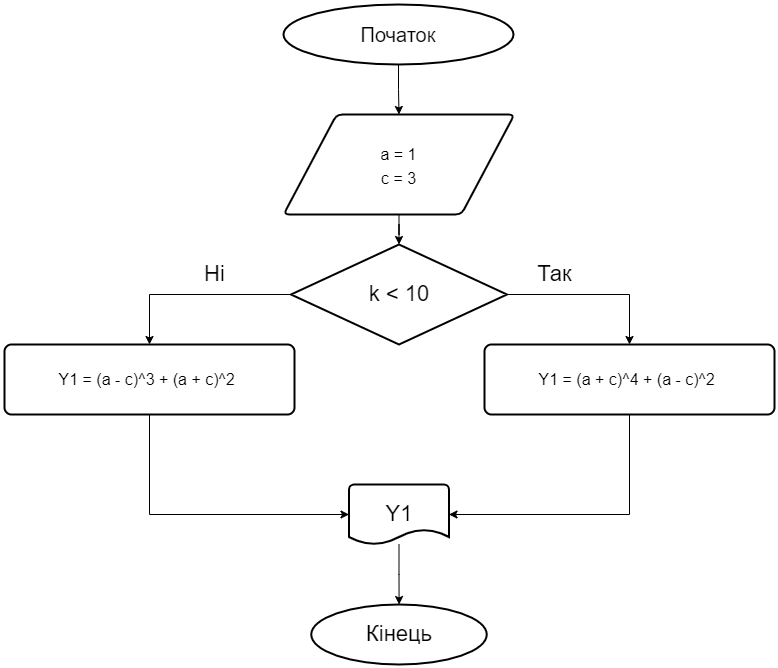
This is src/assets/lab1/schema2.png from Maxeemja/AMO, a draw.io export, as it was before one commit. Source tidied: cells renumbered, new cells last; positions are measured from the earlier drawing's top-left corner, leaving out a move shared by most shapes.
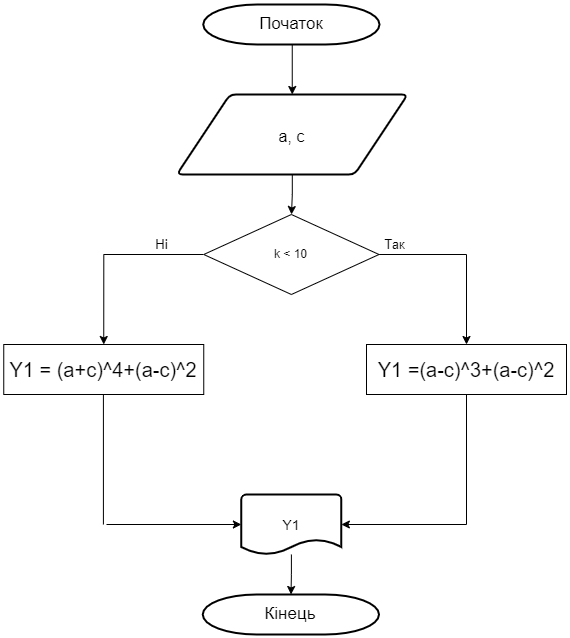
Later version of the same file.

What changed in the source:
```diff
@@ -2,53 +2,72 @@
   <root>
     <mxCell id="0" />
     <mxCell id="1" parent="0" />
-    <mxCell id="2" style="edgeStyle=orthogonalEdgeStyle;rounded=0;jettySize=auto;html=1;fontSize=16;" parent="1" edge="1" source="3" target="5">
-      <mxGeometry relative="1" as="geometry" />
+    <mxCell id="2" style="edgeStyle=orthogonalEdgeStyle;rounded=0;jettySize=auto;html=1;fontSize=16;" parent="1" edge="1" target="5">
+      <mxGeometry relative="1" as="geometry">
+        <mxPoint x="395.8" y="90" as="sourcePoint" />
+      </mxGeometry>
     </mxCell>
-    <mxCell id="3" value="&lt;font style=&quot;font-size: 20px&quot;&gt;Початок&lt;/font&gt;" style="strokeWidth=2;html=1;shape=mxgraph.flowchart.start_1;whiteSpace=wrap;" parent="1" vertex="1">
-      <mxGeometry x="279" width="230" height="60" as="geometry" />
-    </mxCell>
-    <mxCell id="4" style="edgeStyle=orthogonalEdgeStyle;rounded=0;jettySize=auto;html=1;fontSize=22;" parent="1" edge="1" source="5" target="13">
-      <mxGeometry relative="1" as="geometry" />
-    </mxCell>
+    <mxCell id="18" style="edgeStyle=orthogonalEdgeStyle;rounded=0;jettySize=auto;html=1;" parent="1" edge="1" source="5">
+      <mxGeometry relative="1" as="geometry">
+        <mxPoint x="395" y="260" as="targetPoint" />
+      </mxGeometry>
+    </mxCell>
-    <mxCell id="5" value="&lt;font style=&quot;font-size: 16px&quot;&gt;a = 1&lt;br&gt;c = 3&lt;br&gt;&lt;/font&gt;" style="shape=parallelogram;html=1;strokeWidth=2;perimeter=parallelogramPerimeter;whiteSpace=wrap;rounded=1;arcSize=12;size=0.23;fontSize=20;" parent="1" vertex="1">
-      <mxGeometry x="279" y="110" width="231" height="100" as="geometry" />
+    <mxCell id="5" value="&lt;font style=&quot;font-size: 16px&quot;&gt;a, c&lt;br&gt;&lt;/font&gt;" style="shape=parallelogram;html=1;strokeWidth=2;perimeter=parallelogramPerimeter;whiteSpace=wrap;rounded=1;arcSize=12;size=0.23;fontSize=20;" parent="1" vertex="1">
+      <mxGeometry x="280.2" y="140" width="231" height="80" as="geometry" />
     </mxCell>
-    <mxCell id="6" style="edgeStyle=orthogonalEdgeStyle;rounded=0;jettySize=auto;html=1;exitX=0.5;exitY=1;exitDx=0;exitDy=0;entryX=1;entryY=0.5;entryDx=0;entryDy=0;entryPerimeter=0;fontSize=22;" parent="1" edge="1" source="7" target="9">
-      <mxGeometry relative="1" as="geometry" />
-    </mxCell>
-    <mxCell id="7" value="Y1 = (a + c)^4 + (a - c)^2&amp;nbsp;" style="rounded=1;whiteSpace=wrap;html=1;absoluteArcSize=1;arcSize=14;strokeWidth=2;fontSize=16;" parent="1" vertex="1">
-      <mxGeometry x="480" y="340" width="290" height="70" as="geometry" />
-    </mxCell>
-    <mxCell id="8" style="edgeStyle=orthogonalEdgeStyle;rounded=0;jettySize=auto;html=1;fontSize=22;" parent="1" edge="1" source="9" target="10">
+    <mxCell id="8" style="edgeStyle=orthogonalEdgeStyle;rounded=0;jettySize=auto;html=1;fontSize=20;" parent="1" edge="1" source="9" target="10">
       <mxGeometry relative="1" as="geometry" />
     </mxCell>
-    <mxCell id="9" value="&lt;font style=&quot;font-size: 22px&quot;&gt;Y1&lt;/font&gt;" style="strokeWidth=2;html=1;shape=mxgraph.flowchart.document2;whiteSpace=wrap;size=0.25;fontSize=16;" parent="1" vertex="1">
-      <mxGeometry x="344.5" y="480" width="100" height="60" as="geometry" />
+    <mxCell id="9" value="&lt;span style=&quot;font-size: 14px&quot;&gt;Y1&lt;/span&gt;" style="strokeWidth=2;html=1;shape=mxgraph.flowchart.document2;whiteSpace=wrap;size=0.25;fontSize=16;" parent="1" vertex="1">
+      <mxGeometry x="344.9" y="540" width="100" height="60" as="geometry" />
     </mxCell>
+    <mxCell id="19" style="edgeStyle=orthogonalEdgeStyle;rounded=0;jettySize=auto;html=1;exitX=1;exitY=0.5;exitDx=0;exitDy=0;entryX=0.5;entryY=0;entryDx=0;entryDy=0;fontSize=20;" parent="1" edge="1" source="13" target="23">
+      <mxGeometry relative="1" as="geometry" />
+    </mxCell>
+    <mxCell id="20" style="edgeStyle=orthogonalEdgeStyle;rounded=0;jettySize=auto;html=1;exitX=0;exitY=0.5;exitDx=0;exitDy=0;entryX=0.5;entryY=0;entryDx=0;entryDy=0;fontSize=20;" parent="1" edge="1" source="13" target="21">
+      <mxGeometry relative="1" as="geometry" />
+    </mxCell>
+    <mxCell id="13" value="k &amp;lt; 10" style="rhombus;whiteSpace=wrap;html=1;" parent="1" vertex="1">
+      <mxGeometry x="307.2" y="260" width="175.2" height="80" as="geometry" />
+    </mxCell>
+    <mxCell id="17" value="Ні" style="text;html=1;align=center;verticalAlign=middle;strokeColor=none;fillColor=none;fontSize=13;" parent="1" vertex="1">
+      <mxGeometry x="250.2" y="280" width="30" height="20" as="geometry" />
+    </mxCell>
-    <mxCell id="10" value="Кінець" style="strokeWidth=2;html=1;shape=mxgraph.flowchart.start_1;whiteSpace=wrap;fontSize=22;" parent="1" vertex="1">
-      <mxGeometry x="306.8" y="600" width="175.5" height="60" as="geometry" />
+    <mxCell id="10" value="&lt;font style=&quot;font-size: 17px&quot;&gt;Кінець&lt;/font&gt;" style="strokeWidth=2;html=1;shape=mxgraph.flowchart.terminator;whiteSpace=wrap;" parent="1" vertex="1">
+      <mxGeometry x="306.2" y="640" width="176.2" height="40" as="geometry" />
     </mxCell>
-    <mxCell id="11" style="edgeStyle=orthogonalEdgeStyle;rounded=0;jettySize=auto;html=1;exitX=1;exitY=0.5;exitDx=0;exitDy=0;exitPerimeter=0;entryX=0.5;entryY=0;entryDx=0;entryDy=0;fontSize=22;" parent="1" edge="1" source="13" target="7">
-      <mxGeometry relative="1" as="geometry" />
-    </mxCell>
-    <mxCell id="12" style="edgeStyle=orthogonalEdgeStyle;rounded=0;jettySize=auto;html=1;exitX=0;exitY=0.5;exitDx=0;exitDy=0;exitPerimeter=0;entryX=0.5;entryY=0;entryDx=0;entryDy=0;fontSize=22;" parent="1" edge="1" source="13" target="15">
-      <mxGeometry relative="1" as="geometry" />
-    </mxCell>
-    <mxCell id="13" value="k &amp;lt; 10" style="strokeWidth=2;html=1;shape=mxgraph.flowchart.decision;whiteSpace=wrap;fontSize=22;" parent="1" vertex="1">
-      <mxGeometry x="286.5" y="240" width="216" height="100" as="geometry" />
-    </mxCell>
-    <mxCell id="14" style="edgeStyle=orthogonalEdgeStyle;rounded=0;jettySize=auto;html=1;exitX=0.5;exitY=1;exitDx=0;exitDy=0;entryX=0;entryY=0.5;entryDx=0;entryDy=0;entryPerimeter=0;fontSize=22;" parent="1" edge="1" source="15" target="9">
-      <mxGeometry relative="1" as="geometry" />
-    </mxCell>
-    <mxCell id="15" value="Y1 = (a - c)^3 + (a + c)^2&amp;nbsp;" style="rounded=1;whiteSpace=wrap;html=1;absoluteArcSize=1;arcSize=14;strokeWidth=2;fontSize=16;" parent="1" vertex="1">
-      <mxGeometry y="340" width="290" height="70" as="geometry" />
-    </mxCell>
+    <mxCell id="21" value="Y1 = (a+c)^4+(a-c)^2" style="rounded=0;whiteSpace=wrap;html=1;fontSize=20;" parent="1" vertex="1">
+      <mxGeometry x="107.2" y="390" width="200" height="50" as="geometry" />
+    </mxCell>
+    <mxCell id="22" style="edgeStyle=orthogonalEdgeStyle;rounded=0;jettySize=auto;html=1;exitX=0.5;exitY=1;exitDx=0;exitDy=0;fontSize=20;endArrow=none;endFill=0;" parent="1" edge="1" source="23">
+      <mxGeometry relative="1" as="geometry">
+        <mxPoint x="570" y="570" as="targetPoint" />
+      </mxGeometry>
+    </mxCell>
+    <mxCell id="23" value="Y1 =(a-c)^3+(a-c)^2" style="rounded=0;whiteSpace=wrap;html=1;fontSize=20;" parent="1" vertex="1">
+      <mxGeometry x="470" y="390" width="200" height="50" as="geometry" />
+    </mxCell>
-    <mxCell id="16" value="Так" style="text;html=1;align=center;verticalAlign=middle;strokeColor=none;fillColor=none;fontSize=22;" parent="1" vertex="1">
-      <mxGeometry x="525" y="255" width="50" height="30" as="geometry" />
+    <mxCell id="16" value="Так" style="text;html=1;align=center;verticalAlign=middle;strokeColor=none;fillColor=none;fontSize=13;" parent="1" vertex="1">
+      <mxGeometry x="477.9" y="280" width="40" height="20" as="geometry" />
     </mxCell>
-    <mxCell id="17" value="Ні" style="text;html=1;align=center;verticalAlign=middle;strokeColor=none;fillColor=none;fontSize=22;" parent="1" vertex="1">
-      <mxGeometry x="190" y="255" width="40" height="30" as="geometry" />
-    </mxCell>
+    <mxCell id="24" style="endArrow=classic;html=1;rounded=0;fontSize=20;entryX=1;entryY=0.5;entryDx=0;entryDy=0;entryPerimeter=0;" parent="1" edge="1" target="9">
+      <mxGeometry relative="1" as="geometry">
+        <mxPoint x="570" y="570" as="sourcePoint" />
+      </mxGeometry>
+    </mxCell>
+    <mxCell id="25" style="edgeStyle=orthogonalEdgeStyle;rounded=0;orthogonalLoop=1;jettySize=auto;html=1;exitX=0.5;exitY=1;exitDx=0;exitDy=0;fontSize=20;endArrow=none;endFill=0;" parent="1" edge="1">
+      <mxGeometry relative="1" as="geometry">
+        <mxPoint x="206.9" y="440" as="sourcePoint" />
+        <mxPoint x="206.9" y="570" as="targetPoint" />
+      </mxGeometry>
+    </mxCell>
+    <mxCell id="26" style="endArrow=classic;html=1;rounded=0;fontSize=20;entryX=0;entryY=0.5;entryDx=0;entryDy=0;entryPerimeter=0;" parent="1" edge="1" target="9">
+      <mxGeometry relative="1" as="geometry">
+        <mxPoint x="210" y="570" as="sourcePoint" />
+      </mxGeometry>
+    </mxCell>
+    <mxCell id="3" value="&lt;font style=&quot;font-size: 17px&quot;&gt;Початок&lt;/font&gt;" style="strokeWidth=2;html=1;shape=mxgraph.flowchart.terminator;whiteSpace=wrap;" parent="1" vertex="1">
+      <mxGeometry x="306.8" y="50" width="176.2" height="40" as="geometry" />
+    </mxCell>
   </root>
 </mxGraphModel>
```
